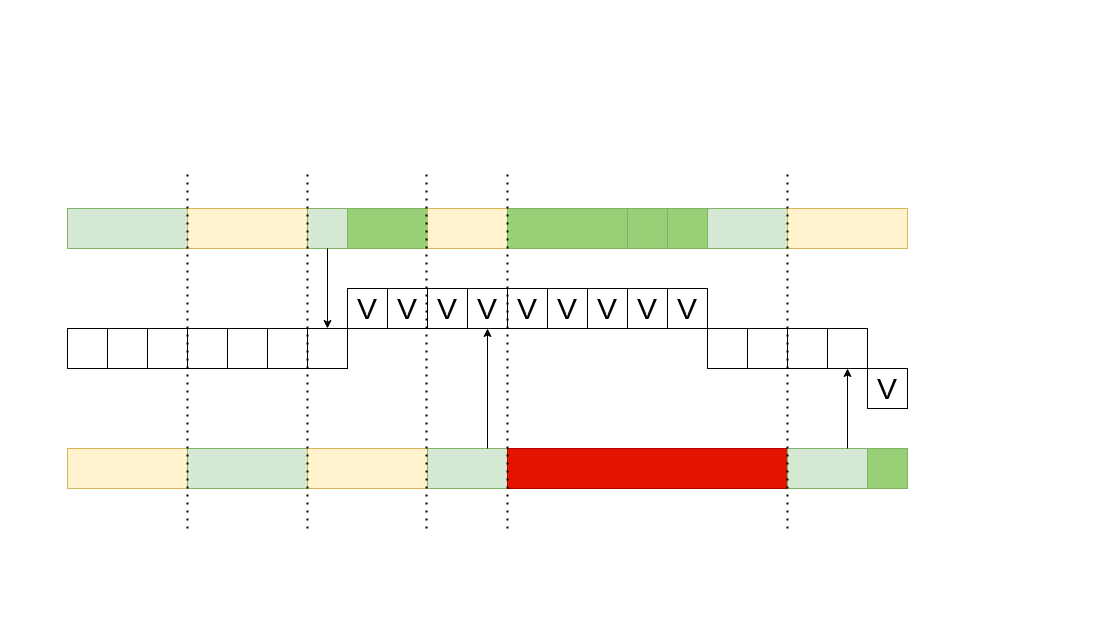
Earlier version of the draw.io diagram page "Mutex - queue" (2 of 4) of sync.drawio (77maxikov/os_course). Source tidied: cells renumbered, new cells numbered last; positions are measured from the earlier drawing's top-left corner, leaving out a move shared by most shapes. Both pictures are drawn from the tidied source at 100%, with x=0, y=0 at pixel (67, 168).
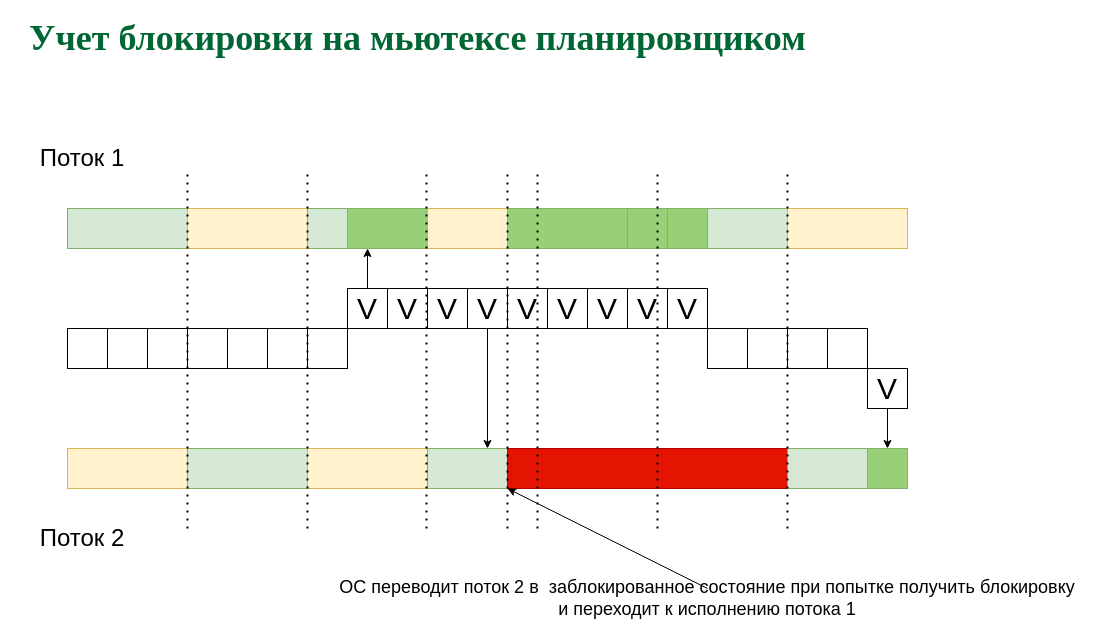
The same page after the edit.

The change refers to these unchanged cells:
```xml
<mxCell id="6" style="rounded=0;whiteSpace=wrap;html=1;strokeColor=#82b366;fillColor=#97D077;" parent="1" vertex="1">
  <mxGeometry x="280" y="40" width="80" height="40" as="geometry" />
</mxCell>
<mxCell id="7" style="rounded=0;whiteSpace=wrap;html=1;fillColor=#d5e8d4;strokeColor=#82b366;" parent="1" vertex="1">
  <mxGeometry x="240" y="40" width="40" height="40" as="geometry" />
</mxCell>
<mxCell id="8" value="&lt;font style=&quot;font-size: 30px&quot;&gt;V&lt;/font&gt;" style="whiteSpace=wrap;html=1;" parent="1" vertex="1">
  <mxGeometry x="280" y="120" width="40" height="40" as="geometry" />
</mxCell>
<mxCell id="17" style="whiteSpace=wrap;html=1;" parent="1" vertex="1">
  <mxGeometry x="240" y="160" width="40" height="40" as="geometry" />
</mxCell>
<mxCell id="18" style="rounded=0;whiteSpace=wrap;html=1;fillColor=#d5e8d4;strokeColor=#82b366;" parent="1" vertex="1">
  <mxGeometry x="360" y="280" width="80" height="40" as="geometry" />
</mxCell>
<mxCell id="21" value="&lt;font style=&quot;font-size: 30px&quot;&gt;V&lt;/font&gt;" style="whiteSpace=wrap;html=1;" parent="1" vertex="1">
  <mxGeometry x="400" y="120" width="40" height="40" as="geometry" />
</mxCell>
<mxCell id="29" style="rounded=0;whiteSpace=wrap;html=1;strokeColor=#82b366;fillColor=#97D077;" parent="1" vertex="1">
  <mxGeometry x="800" y="280" width="40" height="40" as="geometry" />
</mxCell>
<mxCell id="32" value="&lt;font style=&quot;font-size: 30px&quot;&gt;V&lt;/font&gt;" style="whiteSpace=wrap;html=1;" parent="1" vertex="1">
  <mxGeometry x="800" y="200" width="40" height="40" as="geometry" />
</mxCell>
<mxCell id="39" style="rounded=0;whiteSpace=wrap;html=1;fillColor=#d5e8d4;strokeColor=#82b366;" parent="1" vertex="1">
  <mxGeometry x="720" y="280" width="80" height="40" as="geometry" />
</mxCell>
<mxCell id="40" style="whiteSpace=wrap;html=1;" parent="1" vertex="1">
  <mxGeometry x="760" y="160" width="40" height="40" as="geometry" />
</mxCell>
```

Diff of the diagram source:
```diff
@@
-    <mxCell id="33" style="endArrow=classic;html=1;exitX=0.5;exitY=1;exitDx=0;exitDy=0;entryX=0.5;entryY=0;entryDx=0;entryDy=0;" parent="1" edge="1" source="7" target="17">
+    <mxCell id="33" style="endArrow=classic;html=1;exitX=0.5;exitY=0;exitDx=0;exitDy=0;entryX=0.25;entryY=1;entryDx=0;entryDy=0;" parent="1" edge="1" source="8" target="6">
       <mxGeometry relative="1" as="geometry" />
     </mxCell>
-    <mxCell id="34" style="endArrow=classic;html=1;exitX=0.75;exitY=0;exitDx=0;exitDy=0;entryX=0.5;entryY=1;entryDx=0;entryDy=0;" parent="1" edge="1" source="18" target="21">
+    <mxCell id="34" style="endArrow=classic;html=1;exitX=0.5;exitY=1;exitDx=0;exitDy=0;entryX=0.75;entryY=0;entryDx=0;entryDy=0;" parent="1" edge="1" source="21" target="18">
       <mxGeometry relative="1" as="geometry" />
     </mxCell>
@@
-    <mxCell id="42" style="endArrow=classic;html=1;exitX=0.75;exitY=0;exitDx=0;exitDy=0;entryX=0.5;entryY=1;entryDx=0;entryDy=0;" parent="1" edge="1" source="39" target="40">
+    <mxCell id="42" style="endArrow=classic;html=1;exitX=0.5;exitY=1;exitDx=0;exitDy=0;entryX=0.5;entryY=0;entryDx=0;entryDy=0;" parent="1" edge="1" source="32" target="29">
       <mxGeometry relative="1" as="geometry" />
     </mxCell>
@@
+    <mxCell id="48" value="&lt;font face=&quot;Garamond&quot; color=&quot;#006633&quot; size=&quot;1&quot;&gt;&lt;b style=&quot;font-size: 36px&quot;&gt;Учет блокировки на мьютексе планировщиком&lt;/b&gt;&lt;/font&gt;" style="text;html=1;align=left;verticalAlign=middle;whiteSpace=wrap;rounded=0;" parent="1" vertex="1">
+      <mxGeometry x="-40" y="-140" width="920" height="20" as="geometry" />
+    </mxCell>
+    <mxCell id="49" value="&lt;font color=&quot;#000000&quot; style=&quot;font-size: 18px&quot;&gt;ОС переводит поток 2 в&amp;nbsp; заблокированное состояние при попытке получить блокировку&lt;br&gt;и переходит к исполнению потока 1&lt;br&gt;&lt;/font&gt;" style="text;html=1;strokeColor=none;fillColor=none;align=center;verticalAlign=middle;whiteSpace=wrap;rounded=0;fontColor=#006633;" parent="1" vertex="1">
+      <mxGeometry x="270" y="420" width="740" height="20" as="geometry" />
+    </mxCell>
+    <mxCell id="50" value="&lt;font style=&quot;font-size: 24px&quot;&gt;Поток 1&lt;/font&gt;" style="text;html=1;strokeColor=none;fillColor=none;align=center;verticalAlign=middle;whiteSpace=wrap;rounded=0;" parent="1" vertex="1">
+      <mxGeometry x="-50" y="-20" width="130" height="20" as="geometry" />
+    </mxCell>
+    <mxCell id="51" value="&lt;font style=&quot;font-size: 24px&quot;&gt;Поток 2&lt;/font&gt;" style="text;html=1;strokeColor=none;fillColor=none;align=center;verticalAlign=middle;whiteSpace=wrap;rounded=0;" parent="1" vertex="1">
+      <mxGeometry x="-50" y="360" width="130" height="20" as="geometry" />
+    </mxCell>
+    <mxCell id="52" style="endArrow=classic;html=1;fontColor=#006633;exitX=0.5;exitY=0;exitDx=0;exitDy=0;" parent="1" edge="1" source="49">
+      <mxGeometry relative="1" as="geometry">
+        <mxPoint x="440" y="320" as="targetPoint" />
+      </mxGeometry>
+    </mxCell>
+    <mxCell id="53" style="endArrow=none;dashed=1;html=1;dashPattern=1 3;strokeWidth=2;" parent="1" edge="1">
+      <mxGeometry relative="1" as="geometry">
+        <mxPoint x="470" y="360" as="sourcePoint" />
+        <mxPoint x="470" as="targetPoint" />
+      </mxGeometry>
+    </mxCell>
+    <mxCell id="54" style="endArrow=none;dashed=1;html=1;dashPattern=1 3;strokeWidth=2;" parent="1" edge="1">
+      <mxGeometry relative="1" as="geometry">
+        <mxPoint x="590" y="360" as="sourcePoint" />
+        <mxPoint x="590" as="targetPoint" />
+      </mxGeometry>
+    </mxCell>
```
